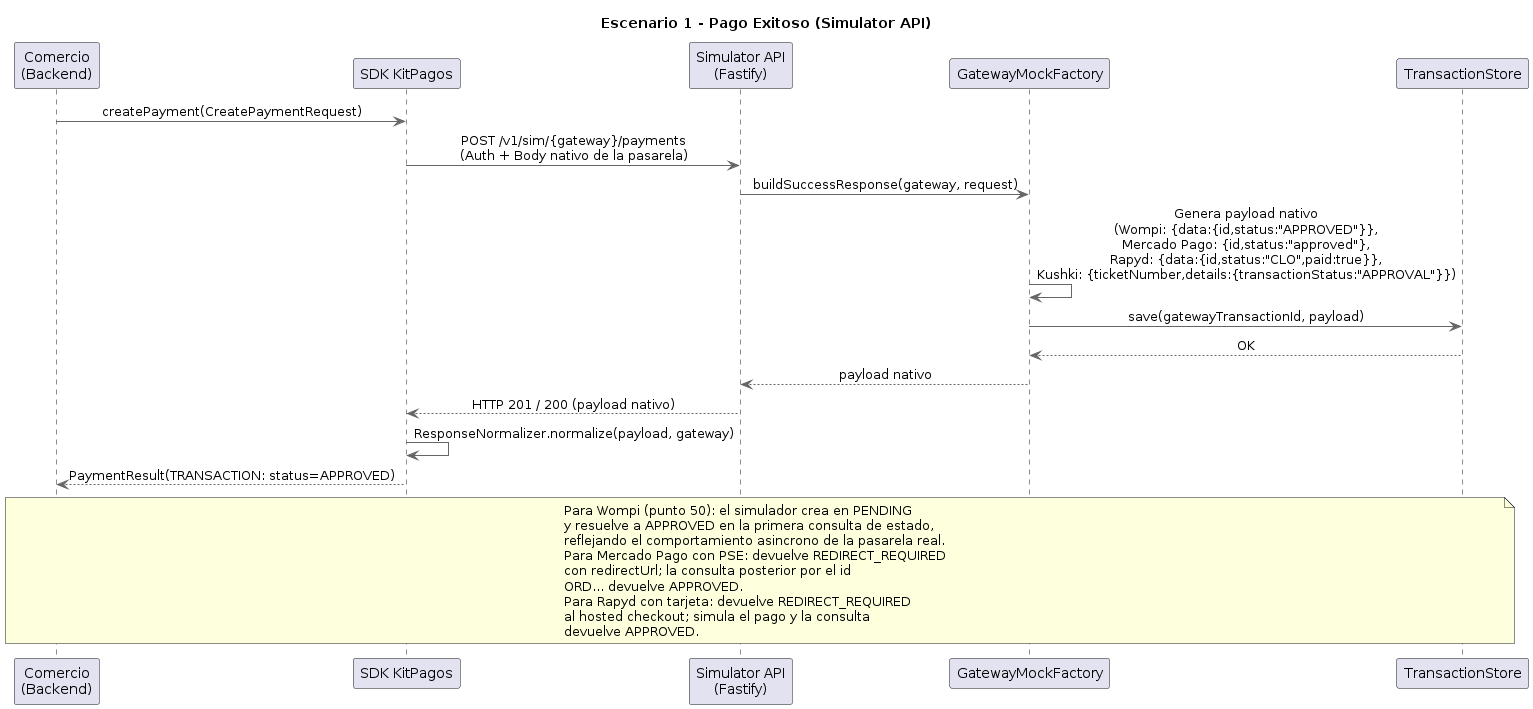
PurosBrothers/Kit-Pagos-Colombia---Tesis keeps this PlantUML diagram as docs/architecture/Simulador API/Sequence Diagram - Successful Payment.png. Above is the earlier version.
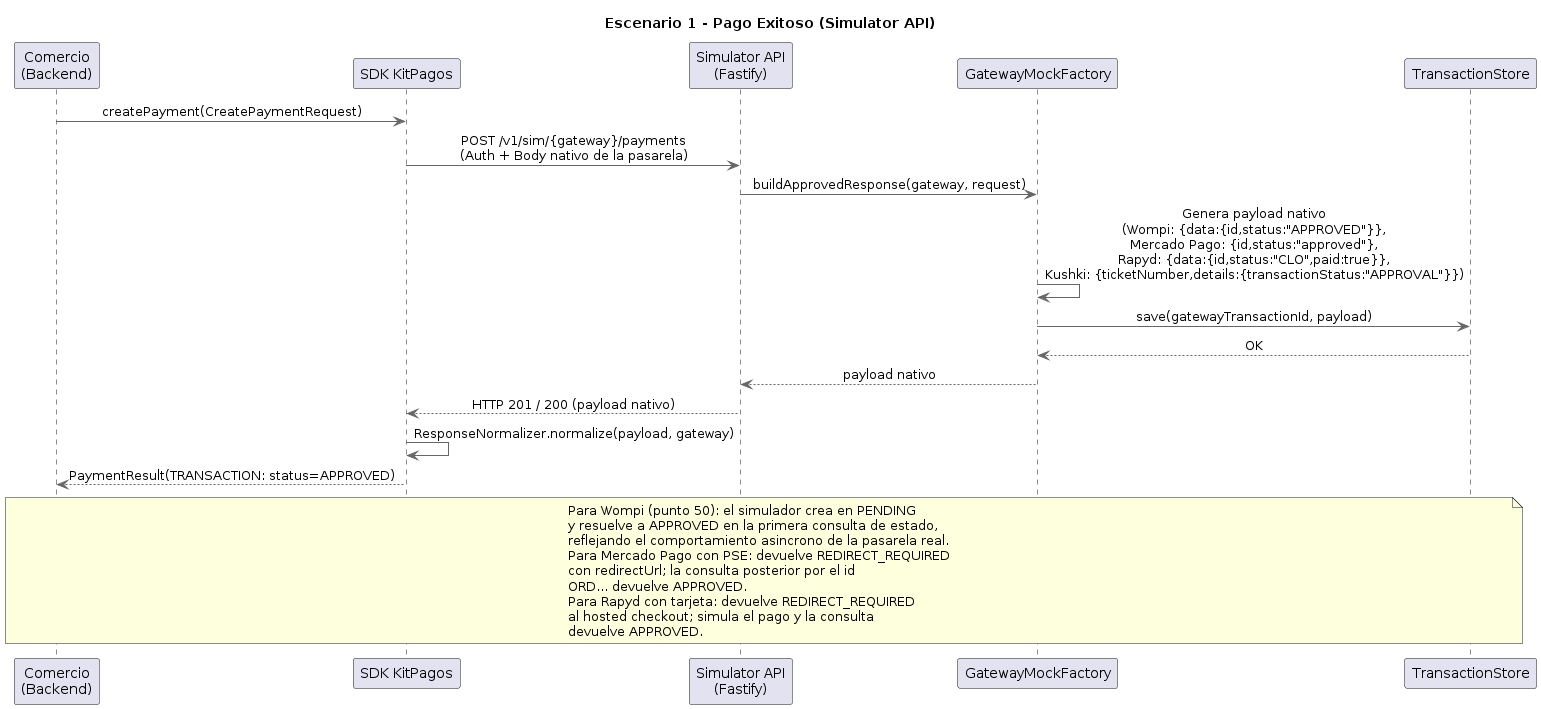
Later version of the same file.

The edit, as a diff of the source:
```diff
@@ -13,7 +13,7 @@
 
 Comercio -> SDK : createPayment(CreatePaymentRequest)
 SDK -> SimAPI : POST /v1/sim/{gateway}/payments\n(Auth + Body nativo de la pasarela)
-SimAPI -> MockFactory : buildSuccessResponse(gateway, request)
+SimAPI -> MockFactory : buildApprovedResponse(gateway, request)
 MockFactory -> MockFactory : Genera payload nativo\n(Wompi: {data:{id,status:"APPROVED"}},\nMercado Pago: {id,status:"approved"},\nRapyd: {data:{id,status:"CLO",paid:true}},\nKushki: {ticketNumber,details:{transactionStatus:"APPROVAL"}})
 MockFactory -> Store : save(gatewayTransactionId, payload)
 Store --> MockFactory : OK
```
